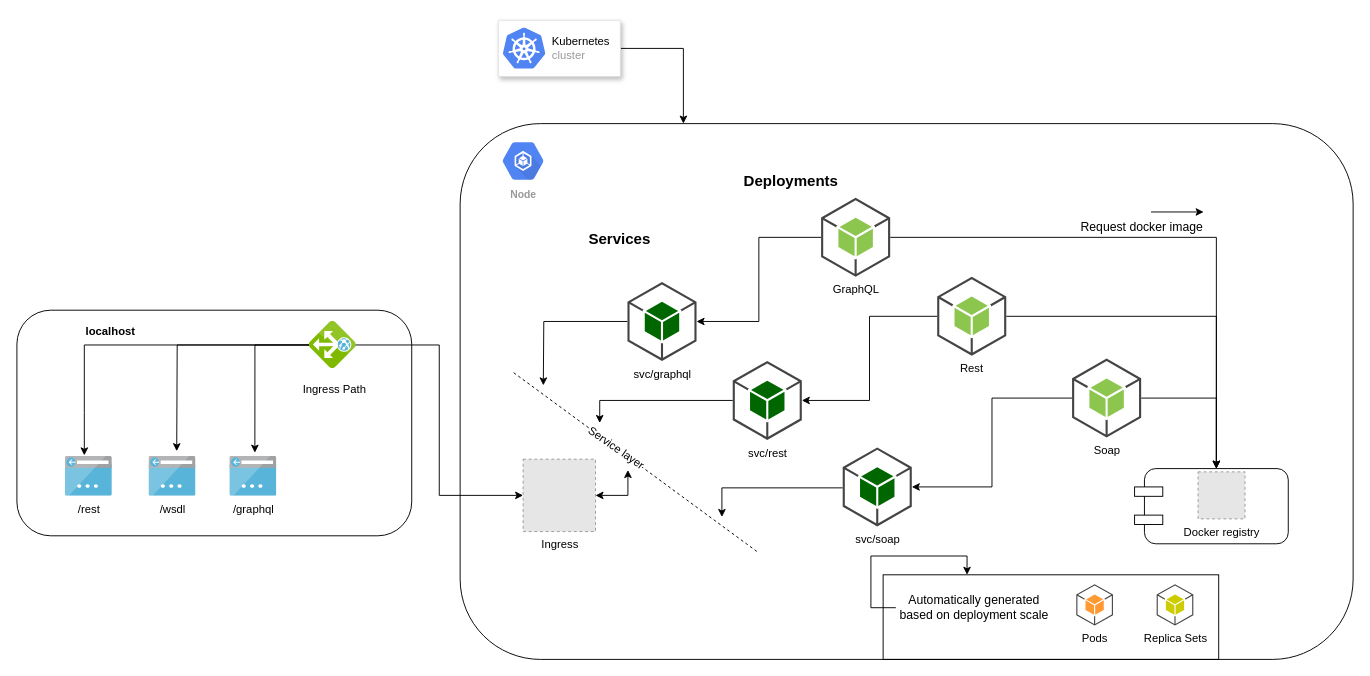
mariohercules/k8s-pods keeps this draw.io diagram as resources/Kubernetes-Diagram.drawio.xml. Above is the earlier version. Source tidied: cells renumbered, new cells numbered last; positions are measured from the earlier drawing's top-left corner, leaving out a move shared by most shapes. Both pictures are drawn from the tidied source at 94%, with x=0, y=0 at pixel (17, 20). Pictures stored in the file or linked from it are replaced by grey dashed boxes.
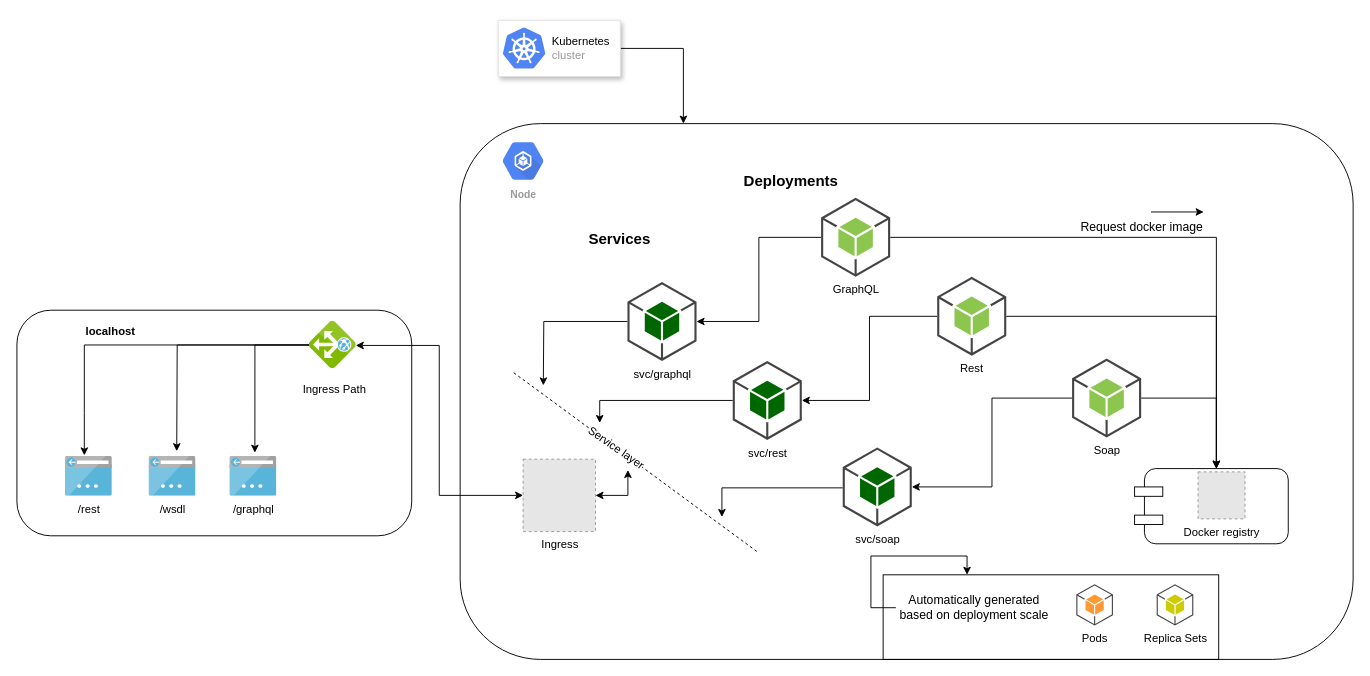
The same diagram, later.

Commit message (it also covers changes not shown here):
Update ingress path

Unchanged cells that the change refers to:
```xml
<mxCell id="24" value="Ingress" style="fillColor=#E6E6E6;strokeColor=#999999;dashed=1;html=1;verticalAlign=top;verticalLabelPosition=bottom;labelBackgroundColor=#ffffff;fontSize=12;" parent="1" vertex="1">
  <mxGeometry x="538" y="467" width="77" height="77" as="geometry" />
</mxCell>
<mxCell id="34" style="html=1;perimeter=none;align=center;shadow=0;dashed=0;image;fontSize=12;image=img/lib/mscae/Application_Gateway.svg;rounded=1;glass=0;strokeColor=#000000;rotation=90;" parent="1" vertex="1">
  <mxGeometry x="309.5" y="320.5" width="50" height="50" as="geometry" />
</mxCell>
```

What changed in the source:
```diff
@@
-    <mxCell id="33" style="edgeStyle=orthogonalEdgeStyle;rounded=0;comic=0;jettySize=auto;html=1;entryX=0;entryY=0.5;entryDx=0;entryDy=0;shadow=0;fontSize=12;" parent="1" edge="1" source="34" target="24">
+    <mxCell id="33" style="edgeStyle=orthogonalEdgeStyle;rounded=0;comic=0;jettySize=auto;html=1;entryX=0;entryY=0.5;entryDx=0;entryDy=0;shadow=0;fontSize=12;startArrow=classic;startFill=1;exitX=0.51;exitY=-0.01;exitDx=0;exitDy=0;exitPerimeter=0;" parent="1" edge="1" source="34" target="24">
       <mxGeometry relative="1" as="geometry" />
     </mxCell>
```
